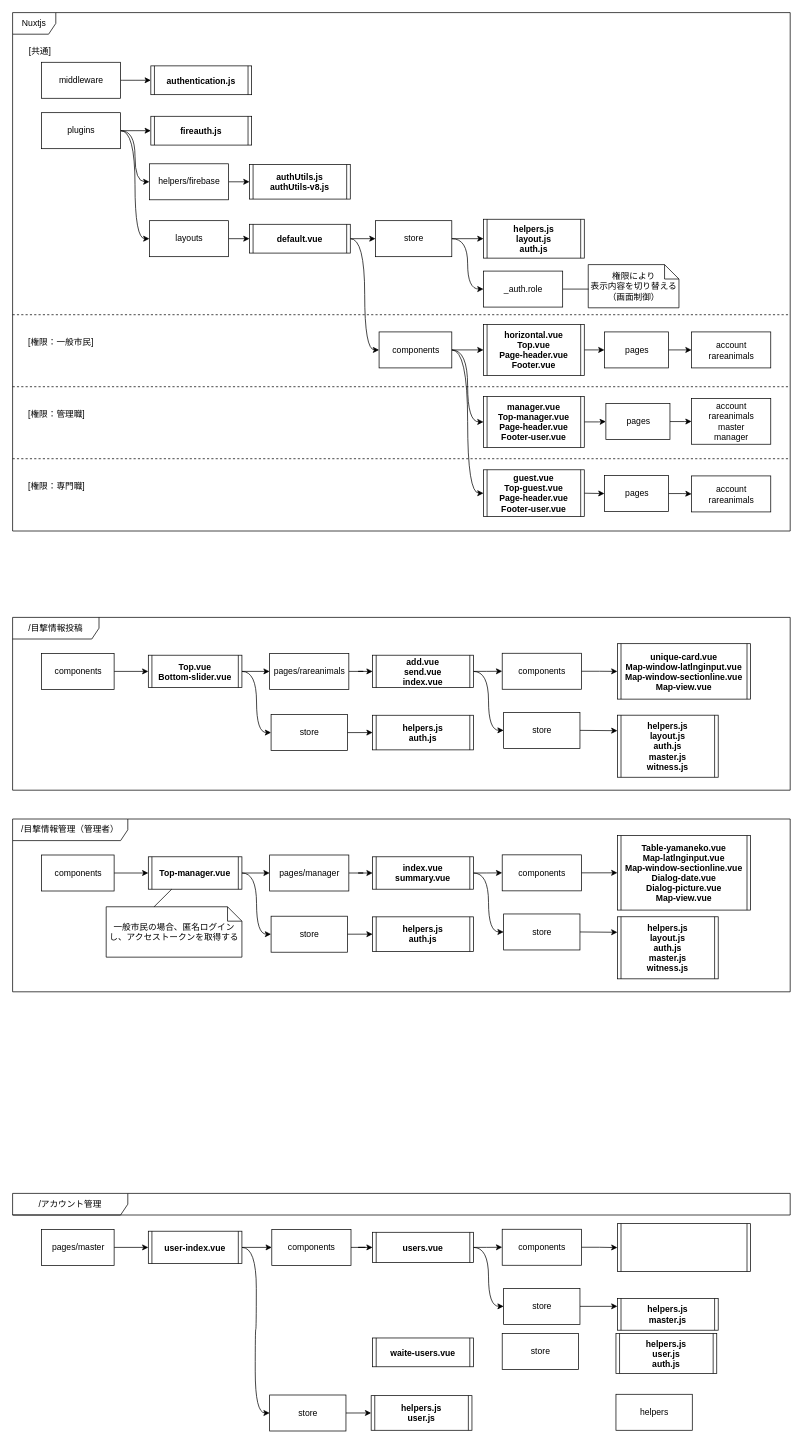
This is page "ディレクトリ構成" (3 of 6) of Iriomote.drawio from kaoru387/draw.io, a draw.io file, before an edit. Source tidied: cells renumbered, new cells numbered last; positions are measured from the earlier drawing's top-left corner, leaving out a move shared by most shapes. Both pictures are drawn from the tidied source at 72%, with x=0, y=0 at pixel (12, 12).
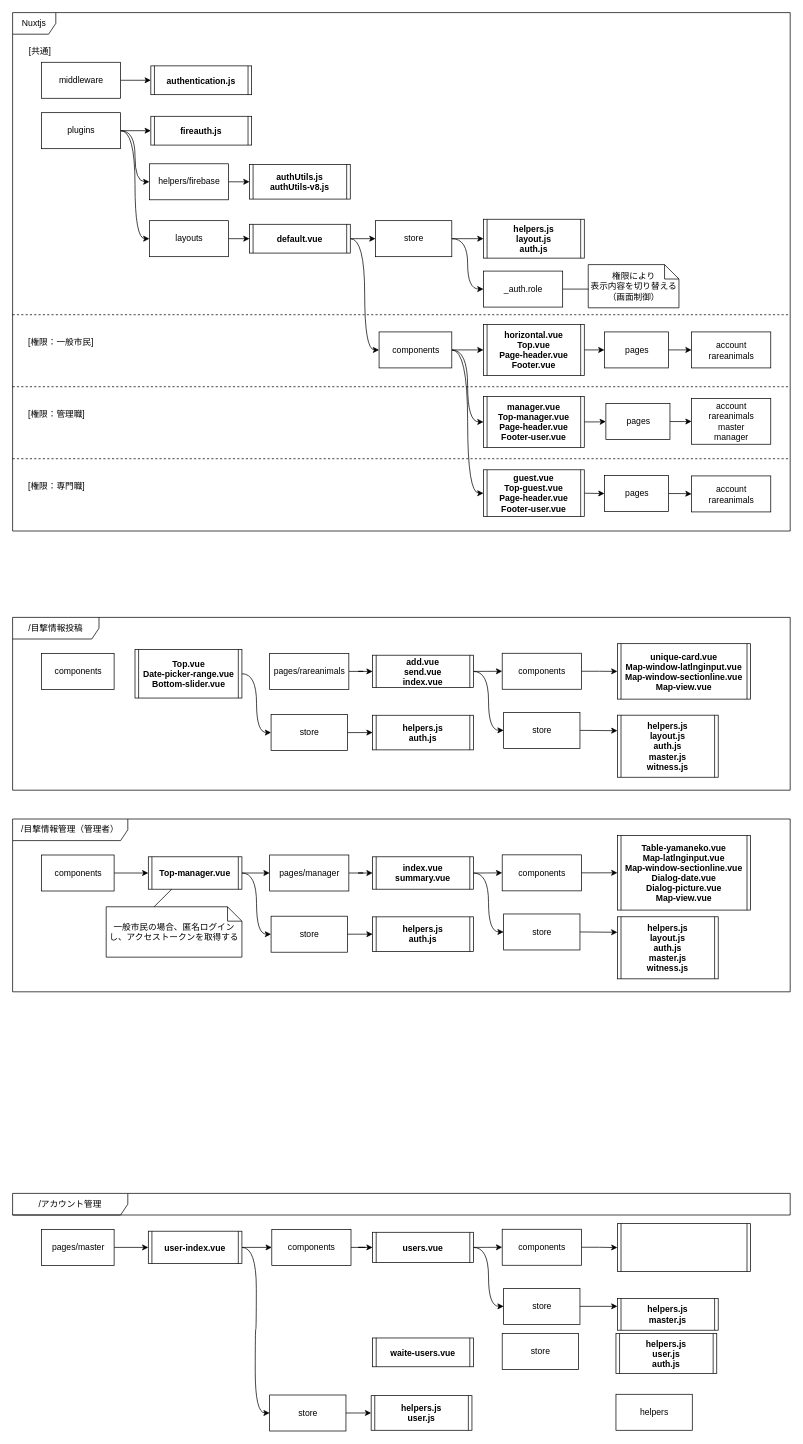
The same diagram, later.

Commit message:
Iriomote.drawio を更新します

Unchanged cells that the change refers to:
```xml
<mxCell id="52" value="pages/rareanimals" style="html=1;" parent="1" vertex="1">
  <mxGeometry x="357" y="890" width="110" height="50" as="geometry" />
</mxCell>
<mxCell id="60" value="components" style="html=1;" parent="1" vertex="1">
  <mxGeometry x="40" y="890" width="101" height="50" as="geometry" />
</mxCell>
```

What changed in the source:
```diff
@@
-    <mxCell id="50" style="edgeStyle=orthogonalEdgeStyle;rounded=0;jettySize=auto;html=1;exitX=1;exitY=0.5;exitDx=0;exitDy=0;entryX=0;entryY=0.5;entryDx=0;entryDy=0;" parent="1" edge="1" source="62" target="52">
-      <mxGeometry relative="1" as="geometry" />
-    </mxCell>
@@
-    <mxCell id="59" style="edgeStyle=orthogonalEdgeStyle;rounded=0;jettySize=auto;html=1;exitX=1;exitY=0.5;exitDx=0;exitDy=0;entryX=0;entryY=0.5;entryDx=0;entryDy=0;" parent="1" edge="1" source="60" target="62">
-      <mxGeometry relative="1" as="geometry" />
-    </mxCell>
@@
-    <mxCell id="62" value="Top.vue&#10;Bottom-slider.vue" style="shape=process2;fixedSize=1;size=5;fontStyle=1;" parent="1" vertex="1">
-      <mxGeometry x="188.5" y="892.5" width="130" height="45" as="geometry" />
+    <mxCell id="62" value="Top.vue&#10;Date-picker-range.vue&#10;Bottom-slider.vue" style="shape=process2;fixedSize=1;size=5;fontStyle=1;" parent="1" vertex="1">
+      <mxGeometry x="170" y="884.5" width="148.5" height="67.5" as="geometry" />
     </mxCell>
```
